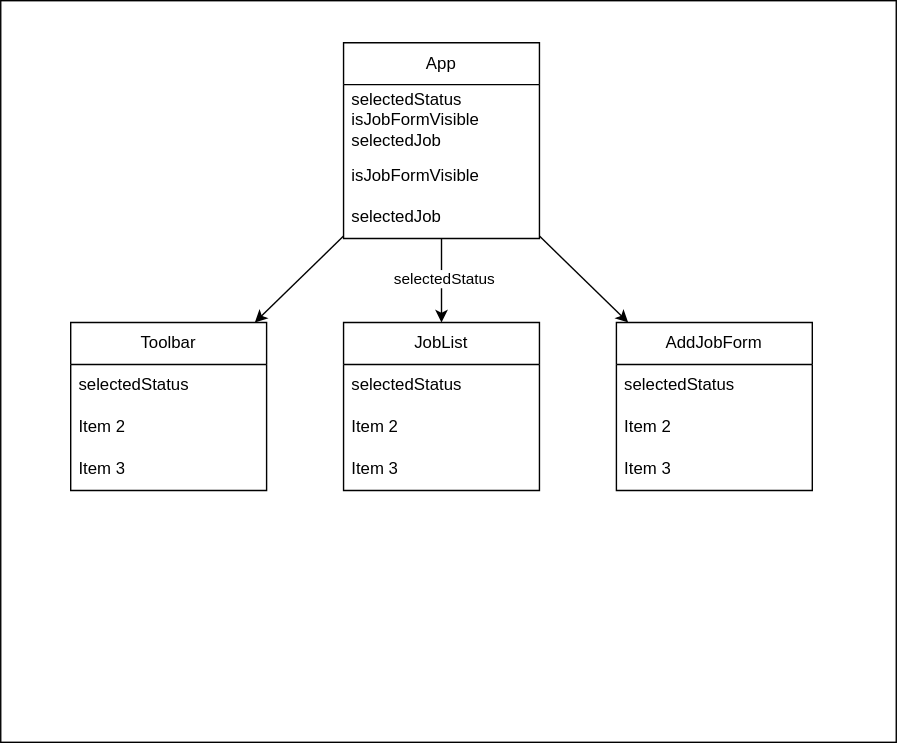
This is classwork/day11-react-forms-and-lifting-state/component-diagram.drawio.svg from CSI-Tech-Talent-Pipeline/preinternship-curriculum, a draw.io export, as it was before one commit. Source tidied: cells renumbered, new cells last; positions are measured from the earlier drawing's top-left corner, leaving out a move shared by most shapes.
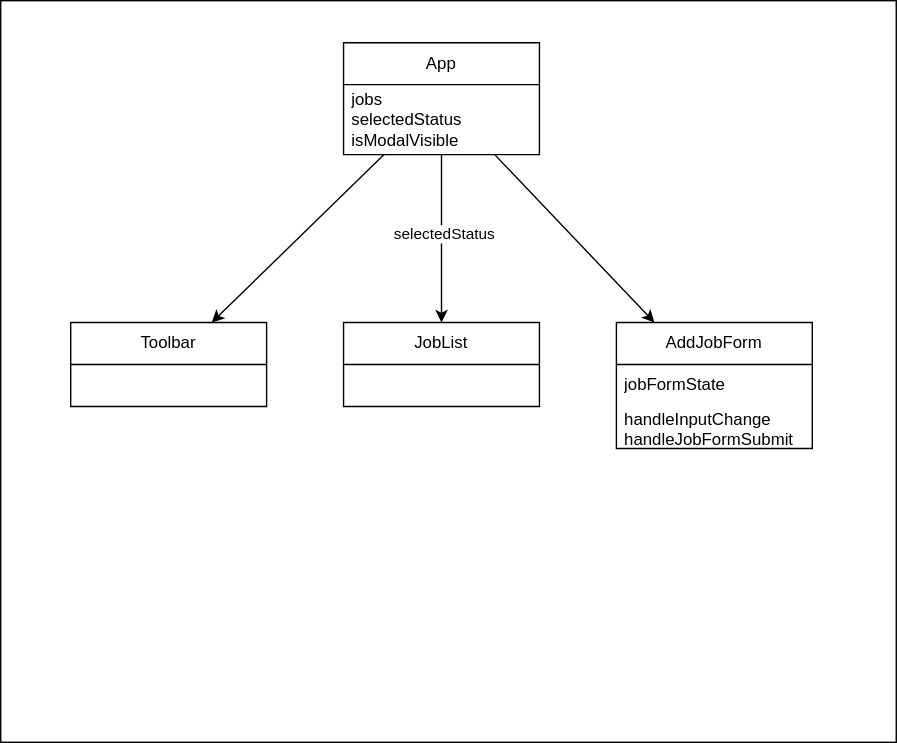
Later version of the same file.

Commit message:
update day11 starter

The edit, as a diff of the source:
```diff
@@ -18,52 +18,25 @@
       <mxGeometry relative="1" as="geometry" />
     </mxCell>
     <mxCell id="7" value="App" style="swimlane;fontStyle=0;horizontal=1;startSize=30;whiteSpace=wrap;html=1;" parent="1" vertex="1">
-      <mxGeometry x="245" y="30" width="140" height="140" as="geometry" />
+      <mxGeometry x="245" y="30" width="140" height="80" as="geometry" />
     </mxCell>
-    <mxCell id="8" value="selectedStatus&lt;br&gt;isJobFormVisible&lt;br&gt;selectedJob" style="text;strokeColor=none;fillColor=none;align=left;verticalAlign=middle;spacingLeft=4;spacingRight=4;overflow=hidden;whiteSpace=wrap;html=1;" parent="7" vertex="1">
+    <mxCell id="8" value="jobs&lt;br&gt;selectedStatus&lt;br&gt;isModalVisible" style="text;strokeColor=none;fillColor=none;align=left;verticalAlign=middle;spacingLeft=4;spacingRight=4;overflow=hidden;whiteSpace=wrap;html=1;" parent="7" vertex="1">
       <mxGeometry y="30" width="140" height="50" as="geometry" />
     </mxCell>
-    <mxCell id="9" value="isJobFormVisible" style="text;strokeColor=none;fillColor=none;align=left;verticalAlign=middle;spacingLeft=4;spacingRight=4;overflow=hidden;whiteSpace=wrap;html=1;" parent="7" vertex="1">
-      <mxGeometry y="80" width="140" height="30" as="geometry" />
-    </mxCell>
-    <mxCell id="10" value="selectedJob" style="text;strokeColor=none;fillColor=none;align=left;verticalAlign=middle;spacingLeft=4;spacingRight=4;overflow=hidden;whiteSpace=wrap;html=1;" parent="7" vertex="1">
-      <mxGeometry y="110" width="140" height="30" as="geometry" />
-    </mxCell>
     <mxCell id="11" value="JobList" style="swimlane;fontStyle=0;horizontal=1;startSize=30;whiteSpace=wrap;html=1;" parent="1" vertex="1">
-      <mxGeometry x="245" y="230" width="140" height="120" as="geometry" />
+      <mxGeometry x="245" y="230" width="140" height="60" as="geometry" />
     </mxCell>
-    <mxCell id="12" value="selectedStatus" style="text;strokeColor=none;fillColor=none;align=left;verticalAlign=middle;spacingLeft=4;spacingRight=4;overflow=hidden;whiteSpace=wrap;html=1;" parent="11" vertex="1">
-      <mxGeometry y="30" width="140" height="30" as="geometry" />
-    </mxCell>
-    <mxCell id="13" value="Item 2" style="text;strokeColor=none;fillColor=none;align=left;verticalAlign=middle;spacingLeft=4;spacingRight=4;overflow=hidden;whiteSpace=wrap;html=1;" parent="11" vertex="1">
-      <mxGeometry y="60" width="140" height="30" as="geometry" />
-    </mxCell>
-    <mxCell id="14" value="Item 3" style="text;strokeColor=none;fillColor=none;align=left;verticalAlign=middle;spacingLeft=4;spacingRight=4;overflow=hidden;whiteSpace=wrap;html=1;" parent="11" vertex="1">
-      <mxGeometry y="90" width="140" height="30" as="geometry" />
-    </mxCell>
     <mxCell id="15" value="AddJobForm" style="swimlane;fontStyle=0;horizontal=1;startSize=30;whiteSpace=wrap;html=1;" parent="1" vertex="1">
-      <mxGeometry x="440" y="230" width="140" height="120" as="geometry" />
+      <mxGeometry x="440" y="230" width="140" height="90" as="geometry" />
     </mxCell>
-    <mxCell id="16" value="selectedStatus" style="text;strokeColor=none;fillColor=none;align=left;verticalAlign=middle;spacingLeft=4;spacingRight=4;overflow=hidden;whiteSpace=wrap;html=1;" parent="15" vertex="1">
+    <mxCell id="16" value="jobFormState" style="text;strokeColor=none;fillColor=none;align=left;verticalAlign=middle;spacingLeft=4;spacingRight=4;overflow=hidden;whiteSpace=wrap;html=1;" parent="15" vertex="1">
       <mxGeometry y="30" width="140" height="30" as="geometry" />
     </mxCell>
-    <mxCell id="17" value="Item 2" style="text;strokeColor=none;fillColor=none;align=left;verticalAlign=middle;spacingLeft=4;spacingRight=4;overflow=hidden;whiteSpace=wrap;html=1;" parent="15" vertex="1">
-      <mxGeometry y="60" width="140" height="30" as="geometry" />
-    </mxCell>
-    <mxCell id="18" value="Item 3" style="text;strokeColor=none;fillColor=none;align=left;verticalAlign=middle;spacingLeft=4;spacingRight=4;overflow=hidden;whiteSpace=wrap;html=1;" parent="15" vertex="1">
-      <mxGeometry y="90" width="140" height="30" as="geometry" />
-    </mxCell>
+    <mxCell id="23" value="handleInputChange&lt;br&gt;handleJobFormSubmit" style="text;strokeColor=none;fillColor=none;align=left;verticalAlign=middle;spacingLeft=4;spacingRight=4;overflow=hidden;whiteSpace=wrap;html=1;" parent="15" vertex="1">
+      <mxGeometry y="60" width="140" height="30" as="geometry" />
+    </mxCell>
     <mxCell id="19" value="Toolbar" style="swimlane;fontStyle=0;horizontal=1;startSize=30;whiteSpace=wrap;html=1;" parent="1" vertex="1">
-      <mxGeometry x="50" y="230" width="140" height="120" as="geometry" />
+      <mxGeometry x="50" y="230" width="140" height="60" as="geometry" />
     </mxCell>
-    <mxCell id="20" value="selectedStatus" style="text;strokeColor=none;fillColor=none;align=left;verticalAlign=middle;spacingLeft=4;spacingRight=4;overflow=hidden;whiteSpace=wrap;html=1;" parent="19" vertex="1">
-      <mxGeometry y="30" width="140" height="30" as="geometry" />
-    </mxCell>
-    <mxCell id="21" value="Item 2" style="text;strokeColor=none;fillColor=none;align=left;verticalAlign=middle;spacingLeft=4;spacingRight=4;overflow=hidden;whiteSpace=wrap;html=1;" parent="19" vertex="1">
-      <mxGeometry y="60" width="140" height="30" as="geometry" />
-    </mxCell>
-    <mxCell id="22" value="Item 3" style="text;strokeColor=none;fillColor=none;align=left;verticalAlign=middle;spacingLeft=4;spacingRight=4;overflow=hidden;whiteSpace=wrap;html=1;" parent="19" vertex="1">
-      <mxGeometry y="90" width="140" height="30" as="geometry" />
-    </mxCell>
   </root>
 </mxGraphModel>
```
